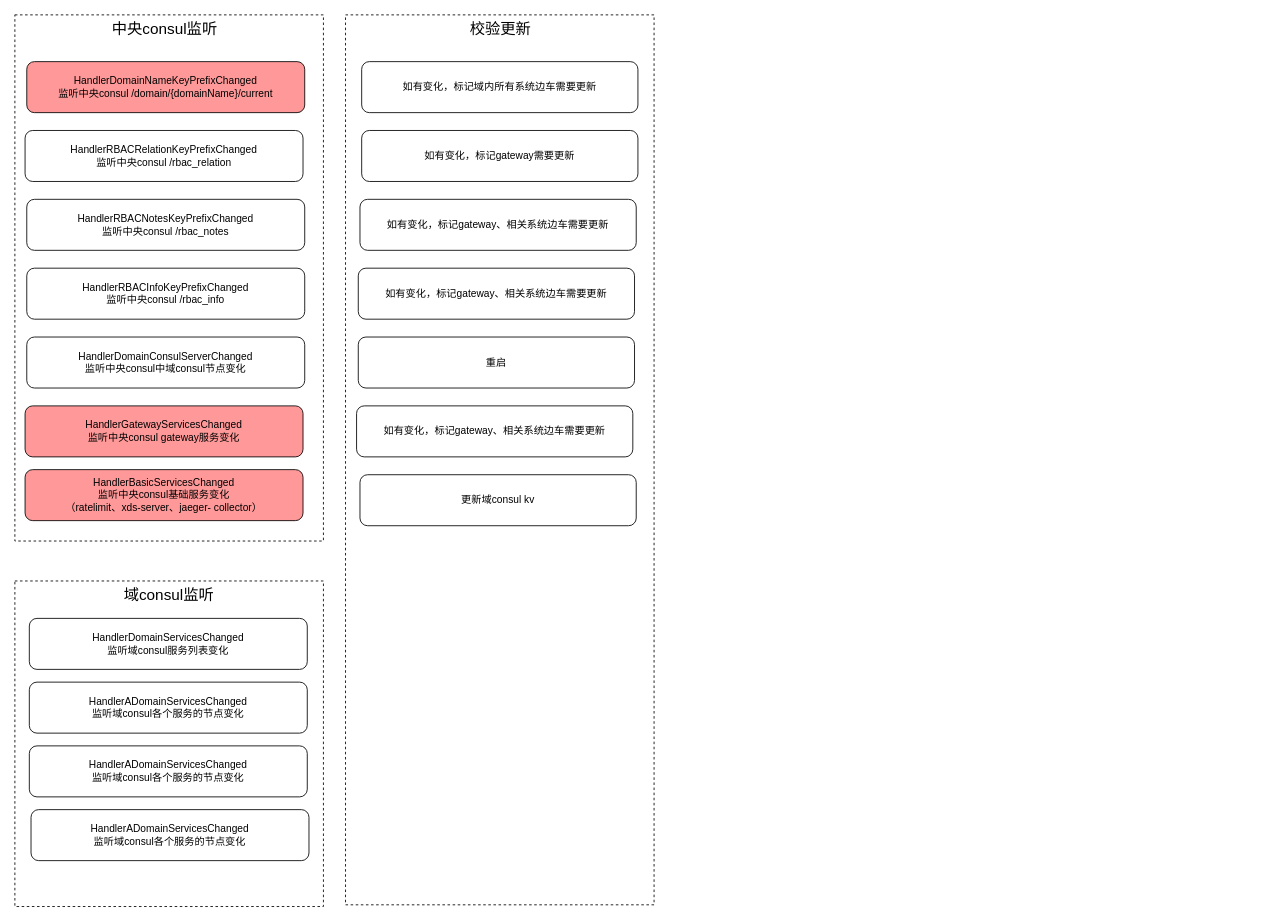
Above: 单元化-二级xds-server.drawio in pbxnn/draw (draw.io), before the change. Source tidied: cells renumbered, new cells numbered last; positions are measured from the earlier drawing's top-left corner, leaving out a move shared by most shapes. Both pictures are drawn from the tidied source at 85%, with x=0, y=0 at pixel (14, 14).
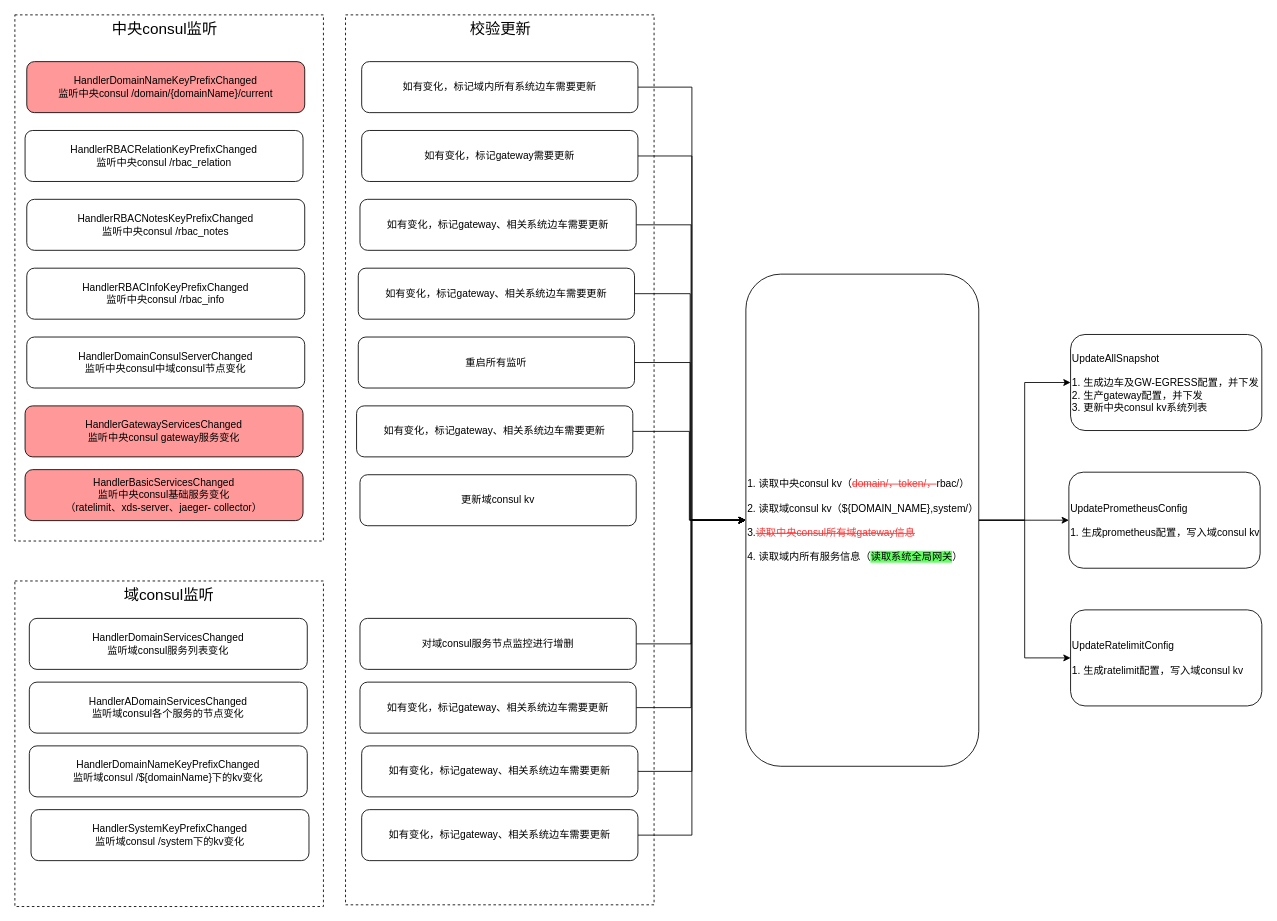
The same page after the edit.

Commit message:
更新单元化-二级xds-server.drawio

Unchanged cells that the change refers to:
```xml
<mxCell id="11" value="如有变化，标记域内所有系统边车需要更新" style="rounded=1;whiteSpace=wrap;html=1;" parent="1" vertex="1">
  <mxGeometry x="408" y="55" width="325" height="60" as="geometry" />
</mxCell>
<mxCell id="13" value="如有变化，标记gateway需要更新" style="rounded=1;whiteSpace=wrap;html=1;" parent="1" vertex="1">
  <mxGeometry x="408" y="136" width="325" height="60" as="geometry" />
</mxCell>
<mxCell id="14" value="如有变化，标记gateway、相关系统边车需要更新" style="rounded=1;whiteSpace=wrap;html=1;" parent="1" vertex="1">
  <mxGeometry x="406" y="217" width="325" height="60" as="geometry" />
</mxCell>
<mxCell id="15" value="如有变化，标记gateway、相关系统边车需要更新" style="rounded=1;whiteSpace=wrap;html=1;" parent="1" vertex="1">
  <mxGeometry x="404" y="298" width="325" height="60" as="geometry" />
</mxCell>
<mxCell id="19" value="如有变化，标记gateway、相关系统边车需要更新" style="rounded=1;whiteSpace=wrap;html=1;" parent="1" vertex="1">
  <mxGeometry x="402" y="460" width="325" height="60" as="geometry" />
</mxCell>
```

What changed in the source:
```diff
@@
+    <mxCell id="26" style="edgeStyle=orthogonalEdgeStyle;rounded=0;jettySize=auto;html=1;exitX=1;exitY=0.5;exitDx=0;exitDy=0;entryX=0;entryY=0.5;entryDx=0;entryDy=0;" parent="1" edge="1" source="11" target="43">
+      <mxGeometry relative="1" as="geometry" />
+    </mxCell>
@@
+    <mxCell id="27" style="edgeStyle=orthogonalEdgeStyle;rounded=0;jettySize=auto;html=1;exitX=1;exitY=0.5;exitDx=0;exitDy=0;entryX=0;entryY=0.5;entryDx=0;entryDy=0;" parent="1" edge="1" source="13" target="43">
+      <mxGeometry relative="1" as="geometry" />
+    </mxCell>
@@
+    <mxCell id="28" style="edgeStyle=orthogonalEdgeStyle;rounded=0;jettySize=auto;html=1;exitX=1;exitY=0.5;exitDx=0;exitDy=0;entryX=0;entryY=0.5;entryDx=0;entryDy=0;" parent="1" edge="1" source="14" target="43">
+      <mxGeometry relative="1" as="geometry" />
+    </mxCell>
@@
+    <mxCell id="29" style="edgeStyle=orthogonalEdgeStyle;rounded=0;jettySize=auto;html=1;exitX=1;exitY=0.5;exitDx=0;exitDy=0;entryX=0;entryY=0.5;entryDx=0;entryDy=0;" parent="1" edge="1" source="15" target="43">
+      <mxGeometry relative="1" as="geometry" />
+    </mxCell>
@@
+    <mxCell id="30" style="edgeStyle=orthogonalEdgeStyle;rounded=0;jettySize=auto;html=1;exitX=1;exitY=0.5;exitDx=0;exitDy=0;entryX=0;entryY=0.5;entryDx=0;entryDy=0;" parent="1" edge="1" source="18" target="43">
+      <mxGeometry relative="1" as="geometry" />
+    </mxCell>
-    <mxCell id="18" value="重启" style="rounded=1;whiteSpace=wrap;html=1;" parent="1" vertex="1">
+    <mxCell id="18" value="重启所有监听" style="rounded=1;whiteSpace=wrap;html=1;" parent="1" vertex="1">
       <mxGeometry x="404" y="379" width="325" height="60" as="geometry" />
     </mxCell>
+    <mxCell id="31" style="edgeStyle=orthogonalEdgeStyle;rounded=0;jettySize=auto;html=1;exitX=1;exitY=0.5;exitDx=0;exitDy=0;entryX=0;entryY=0.5;entryDx=0;entryDy=0;" parent="1" edge="1" source="19" target="43">
+      <mxGeometry relative="1" as="geometry" />
+    </mxCell>
@@
-    <mxCell id="22" value="HandlerADomainServicesChanged&lt;div&gt;监听域consul各个服务的节点变化&lt;/div&gt;" style="rounded=1;whiteSpace=wrap;html=1;" parent="1" vertex="1">
+    <mxCell id="22" value="HandlerDomainNameKeyPrefixChanged&lt;div&gt;监听域consul /${domainName}下的kv变化&lt;/div&gt;" style="rounded=1;whiteSpace=wrap;html=1;" parent="1" vertex="1">
       <mxGeometry x="17" y="860" width="327" height="60" as="geometry" />
     </mxCell>
-    <mxCell id="23" value="HandlerADomainServicesChanged&lt;div&gt;监听域consul各个服务的节点变化&lt;/div&gt;" style="rounded=1;whiteSpace=wrap;html=1;" parent="1" vertex="1">
+    <mxCell id="23" value="HandlerSystemKeyPrefixChanged&lt;div&gt;监听域consul /system下的kv变化&lt;/div&gt;" style="rounded=1;whiteSpace=wrap;html=1;" parent="1" vertex="1">
       <mxGeometry x="19" y="935" width="327" height="60" as="geometry" />
     </mxCell>
@@
+    <mxCell id="32" style="edgeStyle=orthogonalEdgeStyle;rounded=0;jettySize=auto;html=1;exitX=1;exitY=0.5;exitDx=0;exitDy=0;entryX=0;entryY=0.5;entryDx=0;entryDy=0;" parent="1" edge="1" source="33" target="43">
+      <mxGeometry relative="1" as="geometry" />
+    </mxCell>
+    <mxCell id="33" value="如有变化，标记gateway、相关系统边车需要更新" style="rounded=1;whiteSpace=wrap;html=1;" parent="1" vertex="1">
+      <mxGeometry x="408" y="935" width="325" height="60" as="geometry" />
+    </mxCell>
+    <mxCell id="34" style="edgeStyle=orthogonalEdgeStyle;rounded=0;jettySize=auto;html=1;exitX=1;exitY=0.5;exitDx=0;exitDy=0;entryX=0;entryY=0.5;entryDx=0;entryDy=0;" parent="1" edge="1" source="35" target="43">
+      <mxGeometry relative="1" as="geometry" />
+    </mxCell>
+    <mxCell id="35" value="如有变化，标记gateway、相关系统边车需要更新" style="rounded=1;whiteSpace=wrap;html=1;" parent="1" vertex="1">
+      <mxGeometry x="408" y="860" width="325" height="60" as="geometry" />
+    </mxCell>
+    <mxCell id="36" style="edgeStyle=orthogonalEdgeStyle;rounded=0;jettySize=auto;html=1;exitX=1;exitY=0.5;exitDx=0;exitDy=0;entryX=0;entryY=0.5;entryDx=0;entryDy=0;" parent="1" edge="1" source="37" target="43">
+      <mxGeometry relative="1" as="geometry" />
+    </mxCell>
+    <mxCell id="37" value="对域consul服务节点监控进行增删" style="rounded=1;whiteSpace=wrap;html=1;" parent="1" vertex="1">
+      <mxGeometry x="406" y="710" width="325" height="60" as="geometry" />
+    </mxCell>
+    <mxCell id="38" style="edgeStyle=orthogonalEdgeStyle;rounded=0;jettySize=auto;html=1;exitX=1;exitY=0.5;exitDx=0;exitDy=0;entryX=0;entryY=0.5;entryDx=0;entryDy=0;" parent="1" edge="1" source="39" target="43">
+      <mxGeometry relative="1" as="geometry" />
+    </mxCell>
+    <mxCell id="39" value="如有变化，标记gateway、相关系统边车需要更新" style="rounded=1;whiteSpace=wrap;html=1;" parent="1" vertex="1">
+      <mxGeometry x="406" y="785" width="325" height="60" as="geometry" />
+    </mxCell>
+    <mxCell id="40" style="edgeStyle=orthogonalEdgeStyle;rounded=0;jettySize=auto;html=1;exitX=1;exitY=0.5;exitDx=0;exitDy=0;" parent="1" edge="1" source="43" target="44">
+      <mxGeometry relative="1" as="geometry" />
+    </mxCell>
+    <mxCell id="41" style="edgeStyle=orthogonalEdgeStyle;rounded=0;jettySize=auto;html=1;exitX=1;exitY=0.5;exitDx=0;exitDy=0;" parent="1" edge="1" source="43" target="45">
+      <mxGeometry relative="1" as="geometry" />
+    </mxCell>
+    <mxCell id="42" style="edgeStyle=orthogonalEdgeStyle;rounded=0;jettySize=auto;html=1;exitX=1;exitY=0.5;exitDx=0;exitDy=0;" parent="1" edge="1" source="43" target="46">
+      <mxGeometry relative="1" as="geometry" />
+    </mxCell>
+    <mxCell id="43" value="1. 读取中央consul kv（&lt;font color=&quot;#ff3333&quot;&gt;&lt;strike&gt;domain/，token/，&lt;/strike&gt;&lt;/font&gt;rbac/）&lt;div&gt;&lt;br&gt;&lt;/div&gt;&lt;div&gt;2. 读取域consul kv（${DOMAIN_NAME},system/）&lt;/div&gt;&lt;div&gt;&lt;br&gt;&lt;/div&gt;&lt;div&gt;3.&lt;font color=&quot;#ff3333&quot;&gt;&lt;strike&gt;读取中央consul所有域gateway信息&lt;/strike&gt;&lt;/font&gt;&lt;/div&gt;&lt;div&gt;&lt;br&gt;&lt;/div&gt;&lt;div&gt;4. 读取域内所有服务信息（&lt;span style=&quot;background-color: rgb(102, 255, 102);&quot;&gt;读取系统全局网关&lt;/span&gt;）&lt;/div&gt;" style="rounded=1;whiteSpace=wrap;html=1;align=left;" parent="1" vertex="1">
+      <mxGeometry x="860" y="305" width="274" height="579" as="geometry" />
+    </mxCell>
+    <mxCell id="44" value="UpdateAllSnapshot&lt;div&gt;&lt;br&gt;&lt;div&gt;1. 生成边车及GW-EGRESS配置，并下发&lt;/div&gt;&lt;div&gt;2. 生产gateway配置，并下发&lt;/div&gt;&lt;div&gt;3. 更新中央consul kv系统列表&lt;/div&gt;&lt;/div&gt;" style="rounded=1;whiteSpace=wrap;html=1;align=left;" parent="1" vertex="1">
+      <mxGeometry x="1242" y="376" width="225" height="113" as="geometry" />
+    </mxCell>
+    <mxCell id="45" value="UpdatePrometheusConfig&lt;div&gt;&lt;br&gt;&lt;/div&gt;&lt;div&gt;1. 生成prometheus配置，写入域consul kv&lt;/div&gt;" style="rounded=1;whiteSpace=wrap;html=1;align=left;" parent="1" vertex="1">
+      <mxGeometry x="1240" y="538" width="225" height="113" as="geometry" />
+    </mxCell>
+    <mxCell id="46" value="UpdateRatelimitConfig&lt;div&gt;&lt;br&gt;&lt;/div&gt;&lt;div&gt;1. 生成ratelimit配置，写入域consul kv&lt;/div&gt;" style="rounded=1;whiteSpace=wrap;html=1;align=left;" parent="1" vertex="1">
+      <mxGeometry x="1242" y="700" width="225" height="113" as="geometry" />
+    </mxCell>
```
